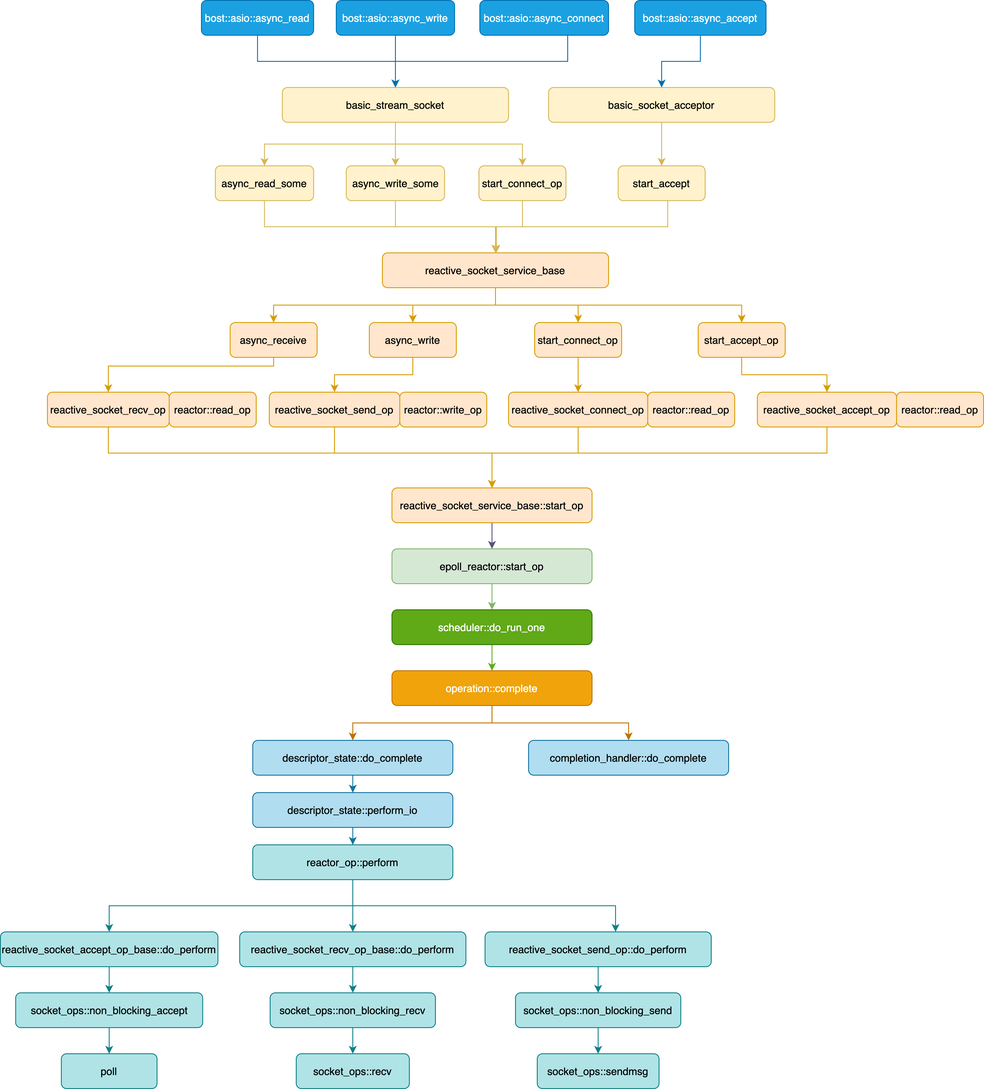
jemmy512/software-engineer keeps this draw.io diagram as OpenSource/Image/boost-asio-call-flow.png. Above is the earlier version. Source tidied: cells renumbered, new cells last; positions are measured from the earlier drawing's top-left corner, leaving out a move shared by most shapes.
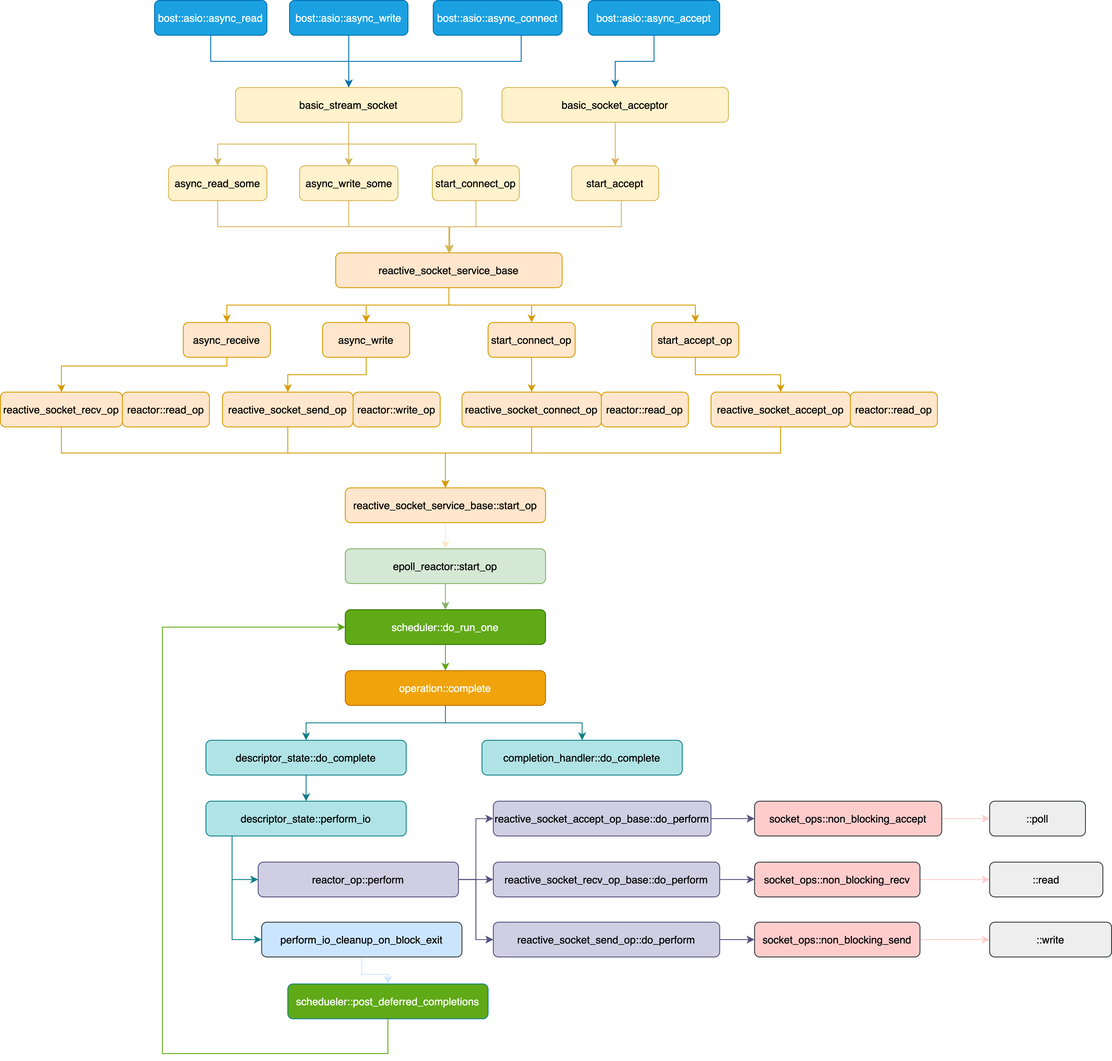
After the commit.

Diff of the diagram source:
```diff
@@ -2,7 +2,7 @@
   <root>
     <mxCell id="0" />
     <mxCell id="1" parent="0" />
-    <mxCell id="2" style="edgeStyle=orthogonalEdgeStyle;rounded=0;jettySize=auto;html=1;fillColor=#d0cee2;strokeColor=#56517e;" parent="1" edge="1" source="3" target="5">
+    <mxCell id="2" style="edgeStyle=orthogonalEdgeStyle;rounded=0;jettySize=auto;html=1;fillColor=#d0cee2;strokeColor=#FFE6CC;" parent="1" edge="1" source="3" target="5">
       <mxGeometry relative="1" as="geometry" />
     </mxCell>
     <mxCell id="3" value="reactive_socket_service_base::start_op" style="rounded=1;whiteSpace=wrap;html=1;fontSize=12;glass=0;strokeWidth=1;shadow=0;fillColor=#ffe6cc;strokeColor=#d79b00;" parent="1" vertex="1">
@@ -25,27 +25,17 @@
     <mxCell id="7" value="reactive_socket_accept_op" style="rounded=1;whiteSpace=wrap;html=1;fontSize=12;glass=0;strokeWidth=1;shadow=0;fillColor=#ffe6cc;strokeColor=#d79b00;" parent="1" vertex="1">
       <mxGeometry x="870" y="450" width="160" height="40" as="geometry" />
     </mxCell>
-    <mxCell id="8" style="edgeStyle=orthogonalEdgeStyle;rounded=0;jettySize=auto;html=1;entryX=0.5;entryY=0;entryDx=0;entryDy=0;fillColor=#b0e3e6;strokeColor=#0e8088;" parent="1" edge="1" source="11" target="42">
-      <mxGeometry relative="1" as="geometry">
-        <Array as="points">
-          <mxPoint x="405" y="1040" />
-          <mxPoint x="125" y="1040" />
-        </Array>
-      </mxGeometry>
+    <mxCell id="8" style="edgeStyle=orthogonalEdgeStyle;rounded=0;jettySize=auto;html=1;entryX=0;entryY=0.5;entryDx=0;entryDy=0;fillColor=#d0cee2;strokeColor=#56517e;" parent="1" edge="1" source="11" target="42">
+      <mxGeometry relative="1" as="geometry" />
     </mxCell>
-    <mxCell id="9" style="edgeStyle=orthogonalEdgeStyle;rounded=0;jettySize=auto;html=1;entryX=0.5;entryY=0;entryDx=0;entryDy=0;fillColor=#b0e3e6;strokeColor=#0e8088;" parent="1" edge="1" source="11" target="20">
+    <mxCell id="9" style="edgeStyle=orthogonalEdgeStyle;rounded=0;jettySize=auto;html=1;entryX=0;entryY=0.5;entryDx=0;entryDy=0;fillColor=#d0cee2;strokeColor=#56517e;" parent="1" edge="1" source="11" target="20">
       <mxGeometry relative="1" as="geometry" />
     </mxCell>
-    <mxCell id="10" style="edgeStyle=orthogonalEdgeStyle;rounded=0;jettySize=auto;html=1;fillColor=#b0e3e6;strokeColor=#0e8088;" parent="1" edge="1" source="11" target="27">
-      <mxGeometry relative="1" as="geometry">
-        <Array as="points">
-          <mxPoint x="405" y="1040" />
-          <mxPoint x="707" y="1040" />
-        </Array>
-      </mxGeometry>
+    <mxCell id="10" style="edgeStyle=orthogonalEdgeStyle;rounded=0;jettySize=auto;html=1;entryX=0;entryY=0.5;entryDx=0;entryDy=0;fillColor=#d0cee2;strokeColor=#56517e;" parent="1" edge="1" source="11" target="27">
+      <mxGeometry relative="1" as="geometry" />
     </mxCell>
-    <mxCell id="11" value="reactor_op::perform" style="rounded=1;whiteSpace=wrap;html=1;fontSize=12;glass=0;strokeWidth=1;shadow=0;fillColor=#b0e3e6;strokeColor=#0e8088;" parent="1" vertex="1">
-      <mxGeometry x="290" y="970" width="230" height="40" as="geometry" />
+    <mxCell id="11" value="reactor_op::perform" style="rounded=1;whiteSpace=wrap;html=1;fontSize=12;glass=0;strokeWidth=1;shadow=0;fillColor=#d0cee2;strokeColor=#56517e;" parent="1" vertex="1">
+      <mxGeometry x="350" y="990" width="230" height="40" as="geometry" />
     </mxCell>
     <mxCell id="12" style="edgeStyle=orthogonalEdgeStyle;rounded=0;jettySize=auto;html=1;fillColor=#ffe6cc;strokeColor=#d79b00;" parent="1" edge="1" source="16" target="46">
       <mxGeometry relative="1" as="geometry">
@@ -83,20 +73,20 @@
     <mxCell id="18" value="reactive_socket_recv_op" style="rounded=1;whiteSpace=wrap;html=1;fontSize=12;glass=0;strokeWidth=1;shadow=0;fillColor=#ffe6cc;strokeColor=#d79b00;" parent="1" vertex="1">
       <mxGeometry x="54" y="450" width="140" height="40" as="geometry" />
     </mxCell>
-    <mxCell id="19" style="edgeStyle=orthogonalEdgeStyle;rounded=0;jettySize=auto;html=1;entryX=0.5;entryY=0;entryDx=0;entryDy=0;fillColor=#b0e3e6;strokeColor=#0e8088;" parent="1" edge="1" source="20" target="22">
+    <mxCell id="19" style="edgeStyle=orthogonalEdgeStyle;rounded=0;jettySize=auto;html=1;entryX=0;entryY=0.5;entryDx=0;entryDy=0;fillColor=#d0cee2;strokeColor=#56517e;" parent="1" edge="1" source="20" target="22">
       <mxGeometry relative="1" as="geometry" />
     </mxCell>
-    <mxCell id="20" value="reactive_socket_recv_op_base::do_perform" style="rounded=1;whiteSpace=wrap;html=1;fontSize=12;glass=0;strokeWidth=1;shadow=0;fillColor=#b0e3e6;strokeColor=#0e8088;" parent="1" vertex="1">
-      <mxGeometry x="275" y="1070" width="260" height="40" as="geometry" />
+    <mxCell id="20" value="reactive_socket_recv_op_base::do_perform" style="rounded=1;whiteSpace=wrap;html=1;fontSize=12;glass=0;strokeWidth=1;shadow=0;fillColor=#d0cee2;strokeColor=#56517e;" parent="1" vertex="1">
+      <mxGeometry x="620" y="990" width="260" height="40" as="geometry" />
     </mxCell>
-    <mxCell id="21" style="edgeStyle=orthogonalEdgeStyle;rounded=0;jettySize=auto;html=1;entryX=0.5;entryY=0;entryDx=0;entryDy=0;fillColor=#b0e3e6;strokeColor=#0e8088;" parent="1" edge="1" source="22" target="23">
+    <mxCell id="21" style="edgeStyle=orthogonalEdgeStyle;rounded=0;jettySize=auto;html=1;fillColor=#ffcccc;strokeColor=#FFCCCC;" parent="1" edge="1" source="22" target="23">
       <mxGeometry relative="1" as="geometry" />
     </mxCell>
-    <mxCell id="22" value="socket_ops::non_blocking_recv" style="rounded=1;whiteSpace=wrap;html=1;fontSize=12;glass=0;strokeWidth=1;shadow=0;fillColor=#b0e3e6;strokeColor=#0e8088;" parent="1" vertex="1">
-      <mxGeometry x="310" y="1140" width="190" height="40" as="geometry" />
+    <mxCell id="22" value="socket_ops::non_blocking_recv" style="rounded=1;whiteSpace=wrap;html=1;fontSize=12;glass=0;strokeWidth=1;shadow=0;fillColor=#ffcccc;strokeColor=#36393d;" parent="1" vertex="1">
+      <mxGeometry x="920" y="990" width="190" height="40" as="geometry" />
     </mxCell>
-    <mxCell id="23" value="socket_ops::recv" style="rounded=1;whiteSpace=wrap;html=1;fontSize=12;glass=0;strokeWidth=1;shadow=0;fillColor=#b0e3e6;strokeColor=#0e8088;" parent="1" vertex="1">
-      <mxGeometry x="340" y="1210" width="130" height="40" as="geometry" />
+    <mxCell id="23" value="::read" style="rounded=1;whiteSpace=wrap;html=1;fontSize=12;glass=0;strokeWidth=1;shadow=0;fillColor=#eeeeee;strokeColor=#36393d;" parent="1" vertex="1">
+      <mxGeometry x="1190" y="990" width="130" height="40" as="geometry" />
     </mxCell>
     <mxCell id="24" style="edgeStyle=orthogonalEdgeStyle;rounded=0;jettySize=auto;html=1;entryX=0.5;entryY=0;entryDx=0;entryDy=0;fillColor=#ffe6cc;strokeColor=#d79b00;" parent="1" edge="1" source="25" target="3">
       <mxGeometry relative="1" as="geometry">
@@ -109,20 +99,20 @@
     <mxCell id="25" value="reactive_socket_send_op" style="rounded=1;whiteSpace=wrap;html=1;fontSize=12;glass=0;strokeWidth=1;shadow=0;fillColor=#ffe6cc;strokeColor=#d79b00;" parent="1" vertex="1">
       <mxGeometry x="309" y="450" width="150" height="40" as="geometry" />
     </mxCell>
-    <mxCell id="26" style="edgeStyle=orthogonalEdgeStyle;rounded=0;jettySize=auto;html=1;fillColor=#b0e3e6;strokeColor=#0e8088;" parent="1" edge="1" source="27" target="29">
+    <mxCell id="26" style="edgeStyle=orthogonalEdgeStyle;rounded=0;jettySize=auto;html=1;entryX=0;entryY=0.5;entryDx=0;entryDy=0;fillColor=#d0cee2;strokeColor=#56517e;" parent="1" edge="1" source="27" target="29">
       <mxGeometry relative="1" as="geometry" />
     </mxCell>
-    <mxCell id="27" value="reactive_socket_send_op::do_perform" style="rounded=1;whiteSpace=wrap;html=1;fontSize=12;glass=0;strokeWidth=1;shadow=0;fillColor=#b0e3e6;strokeColor=#0e8088;" parent="1" vertex="1">
-      <mxGeometry x="557" y="1070" width="260" height="40" as="geometry" />
+    <mxCell id="27" value="reactive_socket_send_op::do_perform" style="rounded=1;whiteSpace=wrap;html=1;fontSize=12;glass=0;strokeWidth=1;shadow=0;fillColor=#d0cee2;strokeColor=#56517e;" parent="1" vertex="1">
+      <mxGeometry x="620" y="1059" width="260" height="40" as="geometry" />
     </mxCell>
-    <mxCell id="28" style="edgeStyle=orthogonalEdgeStyle;rounded=0;jettySize=auto;html=1;entryX=0.5;entryY=0;entryDx=0;entryDy=0;fillColor=#b0e3e6;strokeColor=#0e8088;" parent="1" edge="1" source="29" target="30">
+    <mxCell id="28" style="edgeStyle=orthogonalEdgeStyle;rounded=0;jettySize=auto;html=1;entryX=0;entryY=0.5;entryDx=0;entryDy=0;fillColor=#ffcccc;strokeColor=#FFCCCC;" parent="1" edge="1" source="29" target="30">
       <mxGeometry relative="1" as="geometry" />
     </mxCell>
-    <mxCell id="29" value="socket_ops::non_blocking_send" style="rounded=1;whiteSpace=wrap;html=1;fontSize=12;glass=0;strokeWidth=1;shadow=0;fillColor=#b0e3e6;strokeColor=#0e8088;" parent="1" vertex="1">
-      <mxGeometry x="592" y="1140" width="190" height="40" as="geometry" />
+    <mxCell id="29" value="socket_ops::non_blocking_send" style="rounded=1;whiteSpace=wrap;html=1;fontSize=12;glass=0;strokeWidth=1;shadow=0;fillColor=#ffcccc;strokeColor=#36393d;" parent="1" vertex="1">
+      <mxGeometry x="920" y="1059" width="190" height="40" as="geometry" />
     </mxCell>
-    <mxCell id="30" value="socket_ops::sendmsg" style="rounded=1;whiteSpace=wrap;html=1;fontSize=12;glass=0;strokeWidth=1;shadow=0;fillColor=#b0e3e6;strokeColor=#0e8088;" parent="1" vertex="1">
-      <mxGeometry x="617" y="1210" width="140" height="40" as="geometry" />
+    <mxCell id="30" value="::write" style="rounded=1;whiteSpace=wrap;html=1;fontSize=12;glass=0;strokeWidth=1;shadow=0;fillColor=#eeeeee;strokeColor=#36393d;" parent="1" vertex="1">
+      <mxGeometry x="1190" y="1059" width="140" height="40" as="geometry" />
     </mxCell>
     <mxCell id="31" value="reactor::read_op" style="rounded=1;whiteSpace=wrap;html=1;fontSize=12;glass=0;strokeWidth=1;shadow=0;fillColor=#ffe6cc;strokeColor=#d79b00;" parent="1" vertex="1">
       <mxGeometry x="1030" y="450" width="100" height="40" as="geometry" />
@@ -133,32 +123,43 @@
     <mxCell id="33" value="scheduler::do_run_one" style="rounded=1;whiteSpace=wrap;html=1;fontSize=12;glass=0;strokeWidth=1;shadow=0;fillColor=#60a917;strokeColor=#2D7600;fontColor=#ffffff;" parent="1" vertex="1">
       <mxGeometry x="450" y="700" width="230" height="40" as="geometry" />
     </mxCell>
-    <mxCell id="34" style="edgeStyle=orthogonalEdgeStyle;rounded=0;jettySize=auto;html=1;fillColor=#f0a30a;strokeColor=#BD7000;" parent="1" edge="1" source="36" target="38">
+    <mxCell id="34" style="edgeStyle=orthogonalEdgeStyle;rounded=0;jettySize=auto;html=1;fillColor=#b0e3e6;strokeColor=#0e8088;" parent="1" edge="1" source="36" target="38">
       <mxGeometry relative="1" as="geometry" />
     </mxCell>
-    <mxCell id="35" style="edgeStyle=orthogonalEdgeStyle;rounded=0;jettySize=auto;html=1;fillColor=#f0a30a;strokeColor=#BD7000;" parent="1" edge="1" source="36" target="59">
+    <mxCell id="35" style="edgeStyle=orthogonalEdgeStyle;rounded=0;jettySize=auto;html=1;fillColor=#b0e3e6;strokeColor=#0e8088;" parent="1" edge="1" source="36" target="59">
       <mxGeometry relative="1" as="geometry" />
     </mxCell>
     <mxCell id="36" value="operation::complete" style="rounded=1;whiteSpace=wrap;html=1;fontSize=12;glass=0;strokeWidth=1;shadow=0;fillColor=#f0a30a;strokeColor=#BD7000;fontColor=#ffffff;" parent="1" vertex="1">
       <mxGeometry x="450" y="770" width="230" height="40" as="geometry" />
     </mxCell>
-    <mxCell id="37" style="edgeStyle=orthogonalEdgeStyle;rounded=0;jettySize=auto;html=1;fillColor=#b1ddf0;strokeColor=#10739e;" parent="1" edge="1" source="38" target="40">
+    <mxCell id="37" style="edgeStyle=orthogonalEdgeStyle;rounded=0;jettySize=auto;html=1;fillColor=#b0e3e6;strokeColor=#0e8088;" parent="1" edge="1" source="38" target="40">
       <mxGeometry relative="1" as="geometry" />
     </mxCell>
-    <mxCell id="38" value="descriptor_state::do_complete" style="rounded=1;whiteSpace=wrap;html=1;fontSize=12;glass=0;strokeWidth=1;shadow=0;fillColor=#b1ddf0;strokeColor=#10739e;" parent="1" vertex="1">
+    <mxCell id="38" value="descriptor_state::do_complete" style="rounded=1;whiteSpace=wrap;html=1;fontSize=12;glass=0;strokeWidth=1;shadow=0;fillColor=#b0e3e6;strokeColor=#0e8088;" parent="1" vertex="1">
       <mxGeometry x="290" y="850" width="230" height="40" as="geometry" />
     </mxCell>
-    <mxCell id="39" style="edgeStyle=orthogonalEdgeStyle;rounded=0;jettySize=auto;html=1;fillColor=#b1ddf0;strokeColor=#10739e;" parent="1" edge="1" source="40" target="11">
-      <mxGeometry relative="1" as="geometry" />
+    <mxCell id="39" style="edgeStyle=orthogonalEdgeStyle;rounded=0;jettySize=auto;html=1;fillColor=#b0e3e6;strokeColor=#0e8088;entryX=0;entryY=0.5;entryDx=0;entryDy=0;" parent="1" edge="1" source="40" target="11">
+      <mxGeometry relative="1" as="geometry">
+        <Array as="points">
+          <mxPoint x="320" y="1010" />
+        </Array>
+      </mxGeometry>
     </mxCell>
+    <mxCell id="82" style="edgeStyle=orthogonalEdgeStyle;rounded=0;jettySize=auto;html=1;entryX=0;entryY=0.5;entryDx=0;entryDy=0;fillColor=#b0e3e6;strokeColor=#0e8088;" parent="1" edge="1" source="40" target="84">
+      <mxGeometry relative="1" as="geometry">
+        <Array as="points">
+          <mxPoint x="320" y="1079" />
+        </Array>
+      </mxGeometry>
+    </mxCell>
-    <mxCell id="40" value="descriptor_state::perform_io" style="rounded=1;whiteSpace=wrap;html=1;fontSize=12;glass=0;strokeWidth=1;shadow=0;fillColor=#b1ddf0;strokeColor=#10739e;" parent="1" vertex="1">
-      <mxGeometry x="290" y="910" width="230" height="40" as="geometry" />
+    <mxCell id="40" value="descriptor_state::perform_io" style="rounded=1;whiteSpace=wrap;html=1;fontSize=12;glass=0;strokeWidth=1;shadow=0;fillColor=#b0e3e6;strokeColor=#0e8088;" parent="1" vertex="1">
+      <mxGeometry x="290" y="920" width="230" height="40" as="geometry" />
     </mxCell>
-    <mxCell id="41" style="edgeStyle=orthogonalEdgeStyle;rounded=0;jettySize=auto;html=1;entryX=0.5;entryY=0;entryDx=0;entryDy=0;fillColor=#b0e3e6;strokeColor=#0e8088;" parent="1" edge="1" source="42" target="57">
+    <mxCell id="41" style="edgeStyle=orthogonalEdgeStyle;rounded=0;jettySize=auto;html=1;entryX=0;entryY=0.5;entryDx=0;entryDy=0;fillColor=#d0cee2;strokeColor=#56517e;" parent="1" edge="1" source="42" target="57">
       <mxGeometry relative="1" as="geometry" />
     </mxCell>
-    <mxCell id="42" value="reactive_socket_accept_op_base::do_perform" style="rounded=1;whiteSpace=wrap;html=1;fontSize=12;glass=0;strokeWidth=1;shadow=0;fillColor=#b0e3e6;strokeColor=#0e8088;" parent="1" vertex="1">
-      <mxGeometry y="1070" width="250" height="40" as="geometry" />
+    <mxCell id="42" value="reactive_socket_accept_op_base::do_perform" style="rounded=1;whiteSpace=wrap;html=1;fontSize=12;glass=0;strokeWidth=1;shadow=0;fillColor=#d0cee2;strokeColor=#56517e;" parent="1" vertex="1">
+      <mxGeometry x="620" y="920" width="250" height="40" as="geometry" />
     </mxCell>
     <mxCell id="43" value="reactor::read_op" style="rounded=1;whiteSpace=wrap;html=1;fontSize=12;glass=0;strokeWidth=1;shadow=0;fillColor=#ffe6cc;strokeColor=#d79b00;" parent="1" vertex="1">
       <mxGeometry x="194" y="450" width="100" height="40" as="geometry" />
@@ -209,16 +210,16 @@
     <mxCell id="55" value="reactor::read_op" style="rounded=1;whiteSpace=wrap;html=1;fontSize=12;glass=0;strokeWidth=1;shadow=0;fillColor=#ffe6cc;strokeColor=#d79b00;" parent="1" vertex="1">
       <mxGeometry x="744" y="450" width="100" height="40" as="geometry" />
     </mxCell>
-    <mxCell id="56" style="edgeStyle=orthogonalEdgeStyle;rounded=0;jettySize=auto;html=1;entryX=0.5;entryY=0;entryDx=0;entryDy=0;fillColor=#b0e3e6;strokeColor=#0e8088;" parent="1" edge="1" source="57" target="58">
+    <mxCell id="56" style="edgeStyle=orthogonalEdgeStyle;rounded=0;jettySize=auto;html=1;entryX=0;entryY=0.5;entryDx=0;entryDy=0;fillColor=#ffcccc;strokeColor=#FFCCCC;" parent="1" edge="1" source="57" target="58">
       <mxGeometry relative="1" as="geometry" />
     </mxCell>
-    <mxCell id="57" value="socket_ops::non_blocking_accept" style="rounded=1;whiteSpace=wrap;html=1;fontSize=12;glass=0;strokeWidth=1;shadow=0;fillColor=#b0e3e6;strokeColor=#0e8088;" parent="1" vertex="1">
-      <mxGeometry x="17.5" y="1140" width="215" height="40" as="geometry" />
+    <mxCell id="57" value="socket_ops::non_blocking_accept" style="rounded=1;whiteSpace=wrap;html=1;fontSize=12;glass=0;strokeWidth=1;shadow=0;fillColor=#ffcccc;strokeColor=#36393d;" parent="1" vertex="1">
+      <mxGeometry x="920" y="920" width="215" height="40" as="geometry" />
     </mxCell>
-    <mxCell id="58" value="poll" style="rounded=1;whiteSpace=wrap;html=1;fontSize=12;glass=0;strokeWidth=1;shadow=0;fillColor=#b0e3e6;strokeColor=#0e8088;" parent="1" vertex="1">
-      <mxGeometry x="70" y="1210" width="110" height="40" as="geometry" />
+    <mxCell id="58" value="::poll" style="rounded=1;whiteSpace=wrap;html=1;fontSize=12;glass=0;strokeWidth=1;shadow=0;fillColor=#eeeeee;strokeColor=#36393d;" parent="1" vertex="1">
+      <mxGeometry x="1190" y="920" width="110" height="40" as="geometry" />
     </mxCell>
-    <mxCell id="59" value="completion_handler::do_complete" style="rounded=1;whiteSpace=wrap;html=1;fontSize=12;glass=0;strokeWidth=1;shadow=0;fillColor=#b1ddf0;strokeColor=#10739e;" parent="1" vertex="1">
+    <mxCell id="59" value="completion_handler::do_complete" style="rounded=1;whiteSpace=wrap;html=1;fontSize=12;glass=0;strokeWidth=1;shadow=0;fillColor=#b0e3e6;strokeColor=#0e8088;" parent="1" vertex="1">
       <mxGeometry x="607" y="850" width="230" height="40" as="geometry" />
     </mxCell>
     <mxCell id="60" style="edgeStyle=orthogonalEdgeStyle;rounded=0;jettySize=auto;html=1;fillColor=#fff2cc;strokeColor=#d6b656;" parent="1" edge="1" source="63" target="65">
@@ -308,5 +309,23 @@
     <mxCell id="81" value="bost::asio::async_connect" style="rounded=1;whiteSpace=wrap;html=1;fontSize=12;glass=0;strokeWidth=1;shadow=0;fillColor=#1ba1e2;strokeColor=#006EAF;fontColor=#ffffff;" parent="1" vertex="1">
       <mxGeometry x="551" width="148" height="40" as="geometry" />
     </mxCell>
+    <mxCell id="83" style="edgeStyle=orthogonalEdgeStyle;rounded=0;jettySize=auto;html=1;fillColor=#b0e3e6;strokeColor=#CCE5FF;" parent="1" edge="1" source="84" target="86">
+      <mxGeometry relative="1" as="geometry" />
+    </mxCell>
+    <mxCell id="84" value="perform_io_cleanup_on_block_exit" style="rounded=1;whiteSpace=wrap;html=1;fontSize=12;glass=0;strokeWidth=1;shadow=0;fillColor=#cce5ff;strokeColor=#36393d;" parent="1" vertex="1">
+      <mxGeometry x="354" y="1059" width="230" height="40" as="geometry" />
+    </mxCell>
+    <mxCell id="85" style="edgeStyle=orthogonalEdgeStyle;rounded=0;jettySize=auto;html=1;entryX=0;entryY=0.5;entryDx=0;entryDy=0;fillColor=#b0e3e6;fontColor=#60A917;labelBackgroundColor=#60A917;strokeColor=#60A917;" parent="1" edge="1" source="86" target="33">
+      <mxGeometry relative="1" as="geometry">
+        <Array as="points">
+          <mxPoint x="499" y="1210" />
+          <mxPoint x="240" y="1210" />
+          <mxPoint x="240" y="720" />
+        </Array>
+      </mxGeometry>
+    </mxCell>
+    <mxCell id="86" value="schedueler::post_deferred_completions" style="rounded=1;whiteSpace=wrap;html=1;fontSize=12;glass=0;strokeWidth=1;shadow=0;strokeColor=#0e8088;fillColor=#60A917;fontColor=#FFFFFF;" parent="1" vertex="1">
+      <mxGeometry x="384" y="1130" width="230" height="40" as="geometry" />
+    </mxCell>
   </root>
 </mxGraphModel>
```
